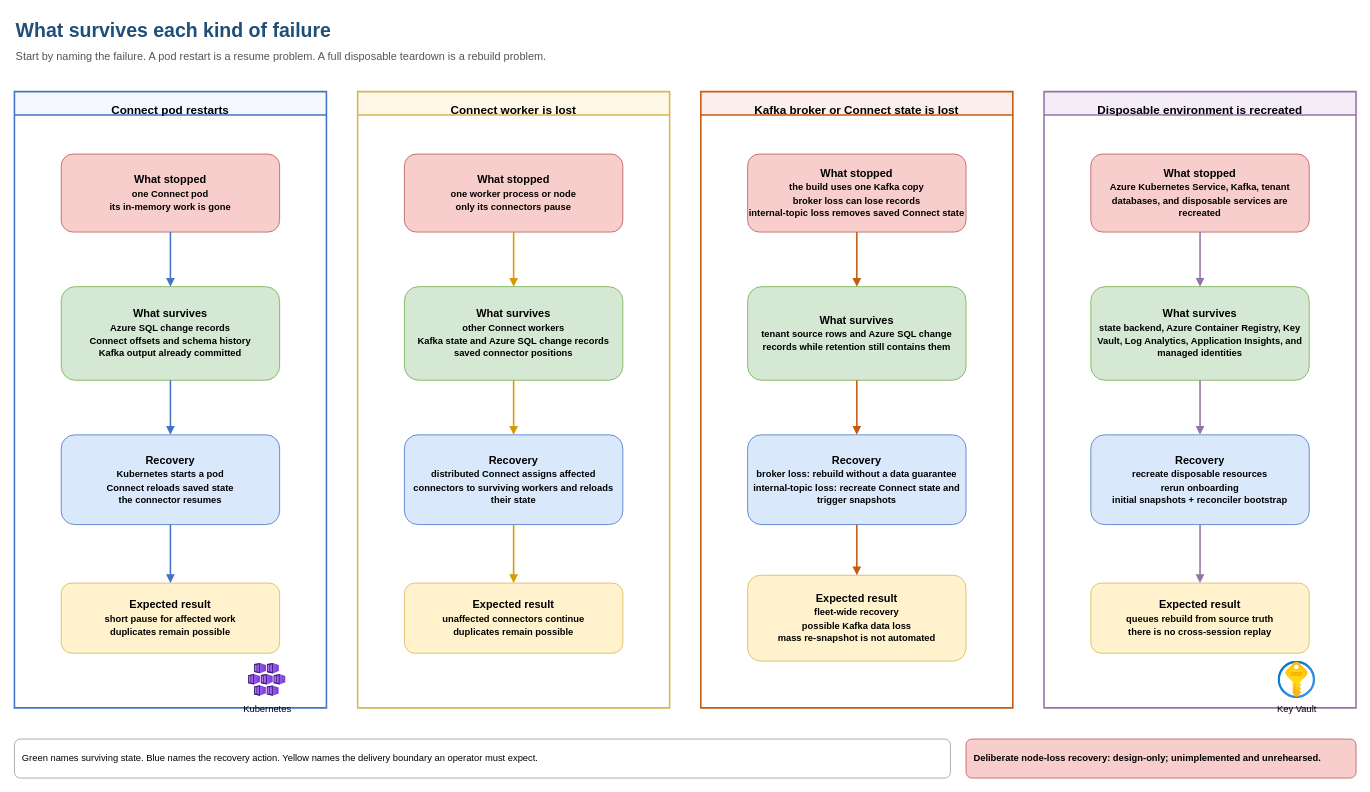
The draw.io diagram docs/diagrams/failure-survival.drawio in collaborationwithothers/cdc-platform-azure, before the edit. Source tidied: cells renumbered, new cells numbered last; positions are measured from the earlier drawing's top-left corner, leaving out a move shared by most shapes. Both pictures are drawn from the tidied source at 78%, with x=0, y=0 at pixel (14, 13).
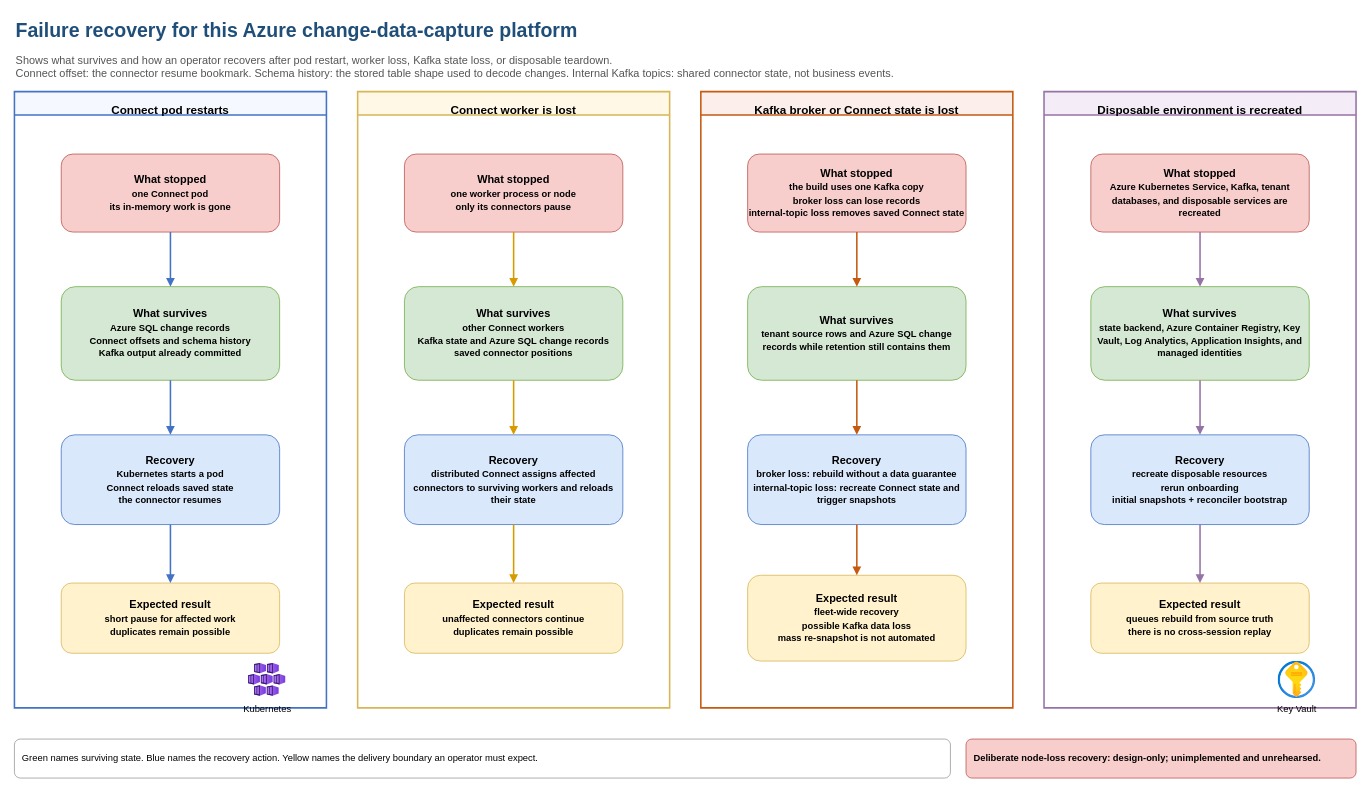
Above is the later version.

Commit message:
Add context to failure recovery diagram

The edit, as a diff of the source:
```diff
@@
-    <mxCell id="2" value="What survives each kind of failure" style="text;html=1;align=left;verticalAlign=middle;fontSize=25;fontStyle=1;fontColor=#1f4e79;" parent="1" vertex="1">
+    <mxCell id="2" value="Failure recovery for this Azure change-data-capture platform" style="text;html=1;align=left;verticalAlign=middle;fontSize=25;fontStyle=1;fontColor=#1f4e79;" parent="1" vertex="1">
       <mxGeometry width="1200" height="40" as="geometry" />
     </mxCell>
-    <mxCell id="3" value="Start by naming the failure. A pod restart is a resume problem. A full disposable teardown is a rebuild problem." style="text;html=1;align=left;verticalAlign=middle;fontSize=14;fontColor=#555555;" parent="1" vertex="1">
-      <mxGeometry y="40" width="1500" height="30" as="geometry" />
+    <mxCell id="3" value="Shows what survives and how an operator recovers after pod restart, worker loss, Kafka state loss, or disposable teardown.&lt;br&gt;Connect offset: the connector resume bookmark. Schema history: the stored table shape used to decode changes. Internal Kafka topics: shared connector state, not business events." style="text;html=1;align=left;verticalAlign=middle;fontSize=14;fontColor=#555555;" parent="1" vertex="1">
+      <mxGeometry y="40" width="1720" height="55" as="geometry" />
     </mxCell>
```
